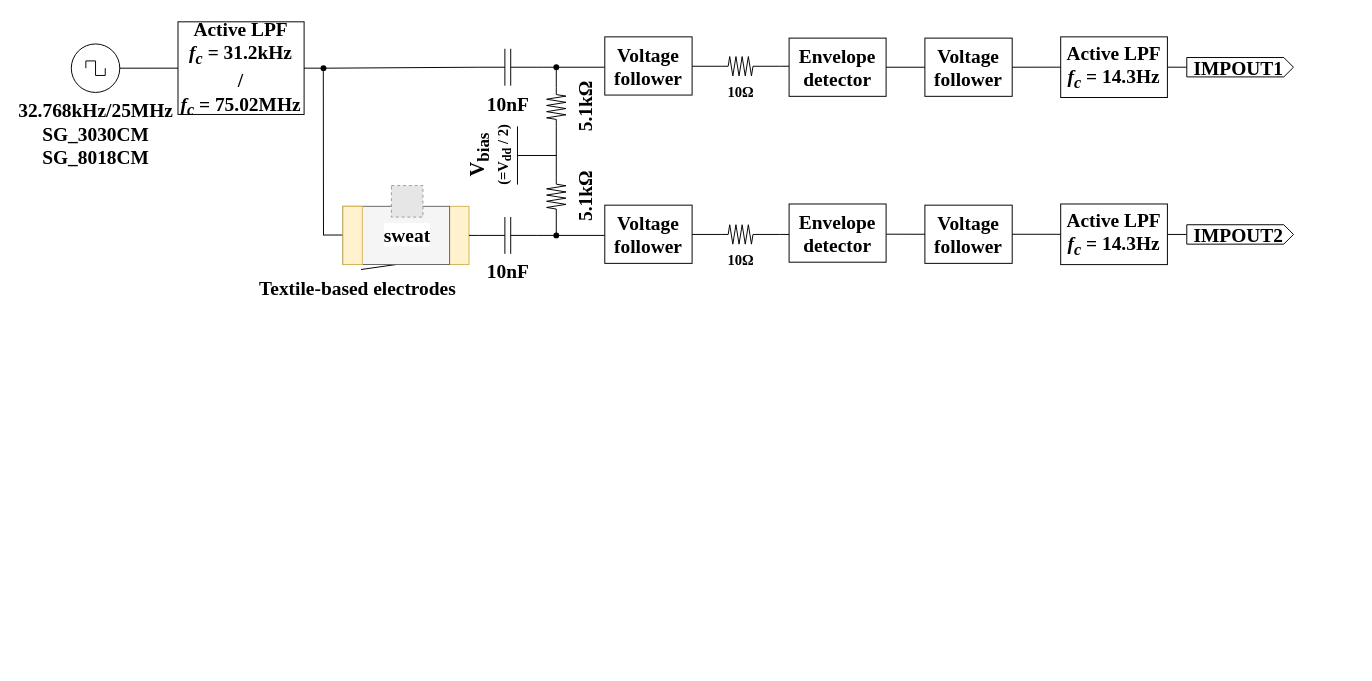
The draw.io diagram forIEEE Sensors_simplified_circuit.drawio in 10matcho27/drawio_figure, before the edit. Source tidied: cells renumbered, new cells numbered last; positions are measured from the earlier drawing's top-left corner, leaving out a move shared by most shapes. Both pictures are drawn from the tidied source at 97%, with x=0, y=0 at pixel (71, 21). Pictures stored in the file or linked from it are replaced by grey dashed boxes.
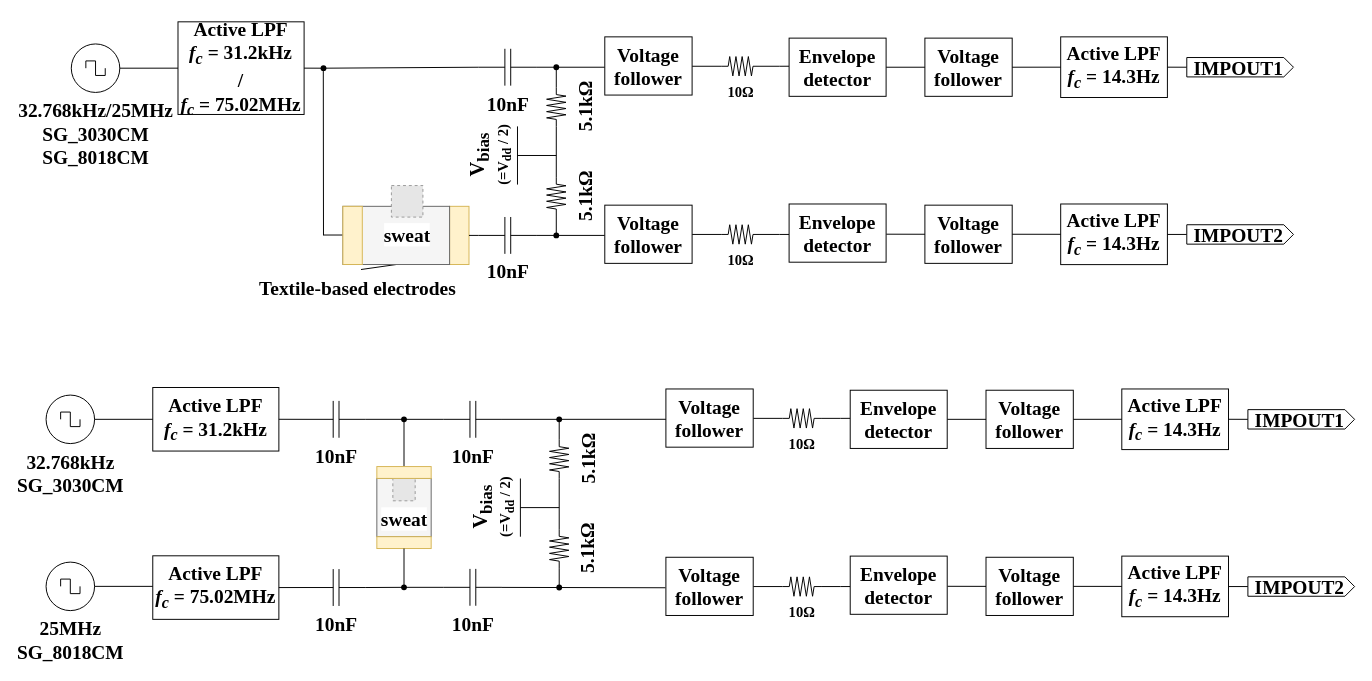
The same diagram, later.

Commit message:
forIEEE Sensors_simplified_circuit.drawio を更新します

Change to the diagram source:
```diff
@@
+    <mxCell id="57" value="&lt;div style=&quot;font-size: 20px;&quot;&gt;&lt;font style=&quot;font-size: 20px;&quot; face=&quot;Times New Roman&quot;&gt;&lt;b&gt;32.768kHz&lt;br&gt;&lt;/b&gt;&lt;/font&gt;&lt;/div&gt;&lt;div style=&quot;font-size: 20px;&quot;&gt;&lt;font style=&quot;font-size: 20px;&quot; face=&quot;Times New Roman&quot;&gt;&lt;b&gt;SG_3030CM&lt;/b&gt;&lt;/font&gt;&lt;/div&gt;" style="verticalLabelPosition=bottom;shadow=0;dashed=0;align=center;html=1;verticalAlign=top;shape=mxgraph.electrical.signal_sources.source;points=[[0.5,0,0],[1,0.5,0],[0.5,1,0],[0,0.5,0]];elSignalType=square;" parent="1" vertex="1">
+      <mxGeometry x="-26" y="384.8" width="50" height="50" as="geometry" />
+    </mxCell>
+    <mxCell id="58" value="&lt;div style=&quot;font-size: 20px;&quot;&gt;&lt;font style=&quot;font-size: 20px;&quot; face=&quot;Times New Roman&quot;&gt;&lt;b style=&quot;&quot;&gt;Active LPF&lt;/b&gt;&lt;/font&gt;&lt;/div&gt;&lt;div style=&quot;font-size: 20px;&quot;&gt;&lt;font style=&quot;font-size: 20px;&quot; face=&quot;Times New Roman&quot;&gt;&lt;b&gt;&lt;i&gt;f&lt;sub&gt;c&lt;/sub&gt;&lt;/i&gt; = 31.2kHz&lt;/b&gt;&lt;/font&gt;&lt;/div&gt;" style="whiteSpace=wrap;html=1;" parent="1" vertex="1">
+      <mxGeometry x="84" y="377" width="130" height="65.5" as="geometry" />
+    </mxCell>
+    <mxCell id="59" style="endArrow=none;html=1;rounded=0;fontSize=15;exitX=1;exitY=0.5;exitDx=0;exitDy=0;exitPerimeter=0;" parent="1" edge="1" source="57" target="58">
+      <mxGeometry relative="1" as="geometry" />
+    </mxCell>
+    <mxCell id="60" style="endArrow=none;html=1;rounded=0;fontSize=15;exitDx=0;exitDy=0;exitPerimeter=0;startArrow=none;entryX=0;entryY=0.5;entryDx=0;entryDy=0;entryPerimeter=0;" parent="1" edge="1" source="62" target="65">
+      <mxGeometry relative="1" as="geometry" />
+    </mxCell>
+    <mxCell id="61" style="endArrow=none;html=1;rounded=0;fontSize=15;exitX=0.5;exitY=0;exitDx=0;exitDy=0;" parent="1" edge="1" source="111" target="62">
+      <mxGeometry relative="1" as="geometry" />
+    </mxCell>
+    <mxCell id="62" style="shape=waypoint;sketch=0;fillStyle=solid;size=6;points=[];fillColor=none;perimeter=centerPerimeter;snapToPoint=1;fontSize=15;" parent="1" vertex="1">
+      <mxGeometry x="323" y="389.8" width="40" height="40" as="geometry" />
+    </mxCell>
+    <mxCell id="63" style="endArrow=none;html=1;rounded=0;fontSize=15;startArrow=none;entryX=0;entryY=0.5;entryDx=0;entryDy=0;entryPerimeter=0;exitX=1;exitY=0.5;exitDx=0;exitDy=0;" parent="1" edge="1" source="58" target="113">
+      <mxGeometry relative="1" as="geometry" />
+    </mxCell>
+    <mxCell id="64" style="endArrow=none;html=1;rounded=0;fontSize=15;entryX=0;entryY=0.5;entryDx=0;entryDy=0;startArrow=none;entryPerimeter=0;exitX=0.533;exitY=0.467;exitDx=0;exitDy=0;exitPerimeter=0;" parent="1" edge="1" source="109" target="66">
+      <mxGeometry relative="1" as="geometry" />
+    </mxCell>
+    <mxCell id="65" value="&lt;font style=&quot;font-size: 20px;&quot; face=&quot;Times New Roman&quot;&gt;&lt;b&gt;10nF&lt;/b&gt;&lt;/font&gt;" style="verticalLabelPosition=bottom;shadow=0;dashed=0;align=center;html=1;verticalAlign=top;shape=mxgraph.electrical.capacitors.capacitor_1;fontSize=15;" parent="1" vertex="1">
+      <mxGeometry x="384" y="390.8" width="60" height="38" as="geometry" />
+    </mxCell>
+    <mxCell id="66" value="&lt;font style=&quot;font-size: 20px;&quot; face=&quot;Times New Roman&quot;&gt;&lt;b&gt;10nF&lt;/b&gt;&lt;/font&gt;" style="verticalLabelPosition=bottom;shadow=0;dashed=0;align=center;html=1;verticalAlign=top;shape=mxgraph.electrical.capacitors.capacitor_1;fontSize=15;" parent="1" vertex="1">
+      <mxGeometry x="384" y="564" width="60" height="38" as="geometry" />
+    </mxCell>
+    <mxCell id="67" style="endArrow=none;html=1;rounded=0;fontSize=15;exitDx=0;exitDy=0;exitPerimeter=0;startArrow=none;entryX=0.001;entryY=0.521;entryDx=0;entryDy=0;entryPerimeter=0;" parent="1" edge="1" source="73" target="98">
+      <mxGeometry relative="1" as="geometry" />
+    </mxCell>
+    <mxCell id="68" style="endArrow=none;html=1;rounded=0;fontSize=15;startArrow=none;entryX=-0.005;entryY=0.524;entryDx=0;entryDy=0;entryPerimeter=0;" parent="1" edge="1" source="75" target="97">
+      <mxGeometry relative="1" as="geometry" />
+    </mxCell>
+    <mxCell id="69" value="&lt;div style=&quot;font-size: 21px&quot;&gt;&lt;font face=&quot;Times New Roman&quot;&gt;&lt;b&gt;V&lt;sub&gt;bias&lt;/sub&gt;&lt;/b&gt;&lt;/font&gt;&lt;/div&gt;&lt;div style=&quot;font-size: 15px&quot;&gt;&lt;font face=&quot;Times New Roman&quot;&gt;&lt;b&gt;(=V&lt;sub&gt;dd&lt;/sub&gt; / 2)&lt;br&gt;&lt;/b&gt;&lt;/font&gt;&lt;/div&gt;" style="verticalLabelPosition=top;verticalAlign=bottom;shape=mxgraph.electrical.signal_sources.vdd;shadow=0;dashed=0;align=center;strokeWidth=1;fontSize=24;html=1;flipV=1;rotation=-90;" parent="1" vertex="1">
+      <mxGeometry x="453" y="480.8" width="60" height="40" as="geometry" />
+    </mxCell>
+    <mxCell id="70" value="&lt;div style=&quot;font-size: 20px;&quot;&gt;&lt;font style=&quot;font-size: 20px;&quot; face=&quot;Times New Roman&quot;&gt;&lt;b&gt;5.1kΩ&lt;/b&gt;&lt;/font&gt;&lt;/div&gt;" style="verticalLabelPosition=bottom;shadow=0;dashed=0;align=center;html=1;verticalAlign=top;shape=mxgraph.electrical.resistors.resistor_2;rotation=-90;labelPosition=center;direction=west;spacing=3;spacingTop=0;spacingLeft=0;" parent="1" vertex="1">
+      <mxGeometry x="483" y="440.8" width="40" height="20" as="geometry" />
+    </mxCell>
+    <mxCell id="71" value="&lt;div style=&quot;font-size: 20px;&quot;&gt;&lt;font style=&quot;font-size: 20px;&quot; face=&quot;Times New Roman&quot;&gt;&lt;b&gt;5.1kΩ&lt;/b&gt;&lt;/font&gt;&lt;/div&gt;" style="verticalLabelPosition=bottom;shadow=0;dashed=0;align=center;html=1;verticalAlign=top;shape=mxgraph.electrical.resistors.resistor_2;rotation=-90;labelPosition=center;direction=west;spacing=3;spacingTop=0;spacingLeft=0;" parent="1" vertex="1">
+      <mxGeometry x="483" y="533.2" width="40" height="20" as="geometry" />
+    </mxCell>
+    <mxCell id="72" style="endArrow=none;html=1;rounded=0;fontSize=15;exitDx=0;exitDy=0;exitPerimeter=0;startArrow=none;entryX=0.563;entryY=0.505;entryDx=0;entryDy=0;exitX=0;exitY=0.5;entryPerimeter=0;" parent="1" edge="1" source="70" target="73">
+      <mxGeometry relative="1" as="geometry" />
+    </mxCell>
+    <mxCell id="73" style="shape=waypoint;sketch=0;fillStyle=solid;size=6;points=[];fillColor=none;perimeter=centerPerimeter;snapToPoint=1;fontSize=21;" parent="1" vertex="1">
+      <mxGeometry x="483" y="389.8" width="40" height="40" as="geometry" />
+    </mxCell>
+    <mxCell id="74" style="endArrow=none;html=1;rounded=0;fontSize=15;exitDx=0;exitDy=0;exitPerimeter=0;startArrow=none;entryDx=0;entryDy=0;exitX=1;exitY=0.5;" parent="1" edge="1" source="65" target="73">
+      <mxGeometry relative="1" as="geometry" />
+    </mxCell>
+    <mxCell id="75" style="shape=waypoint;sketch=0;fillStyle=solid;size=6;points=[];fillColor=none;perimeter=centerPerimeter;snapToPoint=1;fontSize=21;" parent="1" vertex="1">
+      <mxGeometry x="483" y="563.2" width="40" height="40" as="geometry" />
+    </mxCell>
+    <mxCell id="76" style="endArrow=none;html=1;rounded=0;fontSize=15;startArrow=none;entryDx=0;entryDy=0;" parent="1" edge="1" source="66" target="75">
+      <mxGeometry relative="1" as="geometry" />
+    </mxCell>
+    <mxCell id="77" style="endArrow=none;html=1;rounded=0;fontSize=15;exitDx=0;exitDy=0;exitPerimeter=0;startArrow=none;entryX=1;entryY=0.5;entryDx=0;entryDy=0;exitX=0;exitY=0.5;entryPerimeter=0;" parent="1" edge="1" source="71" target="70">
+      <mxGeometry relative="1" as="geometry" />
+    </mxCell>
+    <mxCell id="78" style="endArrow=none;html=1;rounded=0;fontSize=15;startArrow=none;entryX=1;entryY=0.5;entryDx=0;entryDy=0;entryPerimeter=0;" parent="1" edge="1" source="75" target="71">
+      <mxGeometry relative="1" as="geometry" />
+    </mxCell>
+    <mxCell id="79" value="&lt;div style=&quot;font-size: 15px;&quot;&gt;&lt;font style=&quot;font-size: 15px;&quot; face=&quot;Times New Roman&quot;&gt;&lt;b&gt;10Ω&lt;/b&gt;&lt;/font&gt;&lt;/div&gt;" style="verticalLabelPosition=bottom;shadow=0;dashed=0;align=center;html=1;verticalAlign=top;shape=mxgraph.electrical.resistors.resistor_2;rotation=0;labelPosition=center;direction=west;spacing=3;spacingTop=0;spacingLeft=0;" parent="1" vertex="1">
+      <mxGeometry x="733" y="398.8" width="40" height="20" as="geometry" />
+    </mxCell>
+    <mxCell id="80" style="endArrow=none;html=1;rounded=0;fontSize=15;exitDx=0;exitDy=0;startArrow=none;exitX=1;exitY=0.5;entryX=1;entryY=0.5;entryDx=0;entryDy=0;entryPerimeter=0;" parent="1" edge="1" target="79">
+      <mxGeometry relative="1" as="geometry">
+        <mxPoint x="703" y="408.8" as="sourcePoint" />
+      </mxGeometry>
+    </mxCell>
+    <mxCell id="81" style="endArrow=none;html=1;rounded=0;fontSize=15;exitDx=0;exitDy=0;startArrow=none;exitX=0;exitY=0.5;entryX=0;entryY=0.5;entryDx=0;entryDy=0;entryPerimeter=0;exitPerimeter=0;" parent="1" edge="1" source="79">
+      <mxGeometry relative="1" as="geometry">
+        <mxPoint x="793" y="408.8" as="targetPoint" />
+      </mxGeometry>
+    </mxCell>
+    <mxCell id="82" style="endArrow=none;html=1;rounded=0;fontSize=15;exitDx=0;exitDy=0;startArrow=none;exitX=1;exitY=0.5;entryX=0.001;entryY=0.483;entryDx=0;entryDy=0;exitPerimeter=0;entryPerimeter=0;" parent="1" edge="1" target="102">
+      <mxGeometry relative="1" as="geometry">
+        <mxPoint x="793" y="408.8" as="sourcePoint" />
+      </mxGeometry>
+    </mxCell>
+    <mxCell id="83" value="&lt;div style=&quot;font-size: 15px;&quot;&gt;&lt;font style=&quot;font-size: 15px;&quot; face=&quot;Times New Roman&quot;&gt;&lt;b&gt;10Ω&lt;/b&gt;&lt;/font&gt;&lt;/div&gt;" style="verticalLabelPosition=bottom;shadow=0;dashed=0;align=center;html=1;verticalAlign=top;shape=mxgraph.electrical.resistors.resistor_2;rotation=0;labelPosition=center;direction=west;spacing=3;spacingTop=0;spacingLeft=0;" parent="1" vertex="1">
+      <mxGeometry x="733" y="572.2" width="40" height="20" as="geometry" />
+    </mxCell>
+    <mxCell id="84" style="endArrow=none;html=1;rounded=0;fontSize=15;exitDx=0;exitDy=0;startArrow=none;exitX=1;exitY=0.5;entryX=1;entryY=0.5;entryDx=0;entryDy=0;entryPerimeter=0;" parent="1" edge="1" target="83">
+      <mxGeometry relative="1" as="geometry">
+        <mxPoint x="703" y="582.2" as="sourcePoint" />
+      </mxGeometry>
+    </mxCell>
+    <mxCell id="85" style="endArrow=none;html=1;rounded=0;fontSize=15;exitDx=0;exitDy=0;startArrow=none;exitX=0;exitY=0.5;entryX=0;entryY=0.5;entryDx=0;entryDy=0;entryPerimeter=0;exitPerimeter=0;" parent="1" edge="1" source="83">
+      <mxGeometry relative="1" as="geometry">
+        <mxPoint x="793" y="582.2" as="targetPoint" />
+      </mxGeometry>
+    </mxCell>
+    <mxCell id="86" value="&lt;div style=&quot;font-size: 20px;&quot;&gt;&lt;font style=&quot;font-size: 20px;&quot; face=&quot;Times New Roman&quot;&gt;&lt;b&gt;Voltage &lt;br&gt;&lt;/b&gt;&lt;/font&gt;&lt;/div&gt;&lt;div style=&quot;font-size: 20px;&quot;&gt;&lt;font style=&quot;font-size: 20px;&quot; face=&quot;Times New Roman&quot;&gt;&lt;b&gt;follower&lt;/b&gt;&lt;/font&gt;&lt;/div&gt;" style="whiteSpace=wrap;html=1;fontSize=15;" parent="1" vertex="1">
+      <mxGeometry x="943" y="379.8" width="90" height="60" as="geometry" />
+    </mxCell>
+    <mxCell id="87" value="&lt;div style=&quot;font-size: 20px;&quot;&gt;&lt;font style=&quot;font-size: 20px;&quot; face=&quot;Times New Roman&quot;&gt;&lt;b&gt;Voltage &lt;br&gt;&lt;/b&gt;&lt;/font&gt;&lt;/div&gt;&lt;div style=&quot;font-size: 20px;&quot;&gt;&lt;font style=&quot;font-size: 20px;&quot; face=&quot;Times New Roman&quot;&gt;&lt;b&gt;follower&lt;/b&gt;&lt;/font&gt;&lt;/div&gt;" style="whiteSpace=wrap;html=1;fontSize=15;" parent="1" vertex="1">
+      <mxGeometry x="943" y="552" width="90" height="60" as="geometry" />
+    </mxCell>
+    <mxCell id="88" value="&lt;div style=&quot;font-size: 20px;&quot;&gt;&lt;font style=&quot;font-size: 20px;&quot; face=&quot;Times New Roman&quot;&gt;&lt;b style=&quot;&quot;&gt;Active LPF&lt;/b&gt;&lt;/font&gt;&lt;/div&gt;&lt;div style=&quot;font-size: 20px;&quot;&gt;&lt;font style=&quot;font-size: 20px;&quot; face=&quot;Times New Roman&quot;&gt;&lt;b&gt;&lt;i&gt;f&lt;sub&gt;c&lt;/sub&gt;&lt;/i&gt; = 14.3Hz&lt;br&gt;&lt;/b&gt;&lt;/font&gt;&lt;/div&gt;" style="whiteSpace=wrap;html=1;" parent="1" vertex="1">
+      <mxGeometry x="1083" y="378.5" width="110" height="62.5" as="geometry" />
+    </mxCell>
+    <mxCell id="89" value="&lt;div style=&quot;font-size: 20px;&quot;&gt;&lt;font style=&quot;font-size: 20px;&quot; face=&quot;Times New Roman&quot;&gt;&lt;b style=&quot;&quot;&gt;Active LPF&lt;/b&gt;&lt;/font&gt;&lt;/div&gt;&lt;div style=&quot;font-size: 20px;&quot;&gt;&lt;font style=&quot;font-size: 20px;&quot; face=&quot;Times New Roman&quot;&gt;&lt;b&gt;&lt;i&gt;f&lt;sub&gt;c&lt;/sub&gt;&lt;/i&gt; = 14.3Hz&lt;br&gt;&lt;/b&gt;&lt;/font&gt;&lt;/div&gt;" style="whiteSpace=wrap;html=1;" parent="1" vertex="1">
+      <mxGeometry x="1083" y="550.8" width="110" height="62.5" as="geometry" />
+    </mxCell>
+    <mxCell id="90" value="&lt;font style=&quot;font-size: 20px;&quot; face=&quot;Times New Roman&quot;&gt;&lt;b&gt;IMPOUT1&lt;/b&gt;&lt;/font&gt;" style="shape=mxgraph.arrows2.arrow;verticalLabelPosition=middle;shadow=0;dashed=0;align=center;html=1;verticalAlign=middle;strokeWidth=1;dy=0;dx=10;notch=0;fontSize=7;labelPosition=center;spacingLeft=-5;" parent="1" vertex="1">
+      <mxGeometry x="1213" y="399.8" width="110" height="20" as="geometry" />
+    </mxCell>
+    <mxCell id="91" style="endArrow=none;html=1;rounded=0;fontSize=20;exitX=1;exitY=0.5;exitDx=0;exitDy=0;entryX=0;entryY=0.5;entryDx=0;entryDy=0;entryPerimeter=0;" parent="1" edge="1" source="88" target="90">
+      <mxGeometry relative="1" as="geometry" />
+    </mxCell>
+    <mxCell id="92" style="endArrow=none;html=1;rounded=0;fontSize=20;entryX=0;entryY=0.5;entryDx=0;entryDy=0;exitX=1;exitY=0.5;exitDx=0;exitDy=0;" parent="1" edge="1" source="86" target="88">
+      <mxGeometry relative="1" as="geometry" />
+    </mxCell>
+    <mxCell id="93" style="endArrow=none;html=1;rounded=0;fontSize=20;entryX=0;entryY=0.5;entryDx=0;entryDy=0;exitX=1;exitY=0.5;exitDx=0;exitDy=0;" parent="1" edge="1" source="102" target="86">
+      <mxGeometry relative="1" as="geometry" />
+    </mxCell>
+    <mxCell id="94" style="endArrow=none;html=1;rounded=0;fontSize=20;entryX=0;entryY=0.5;entryDx=0;entryDy=0;exitX=1.002;exitY=0.519;exitDx=0;exitDy=0;exitPerimeter=0;" parent="1" edge="1" source="103" target="87">
+      <mxGeometry relative="1" as="geometry" />
+    </mxCell>
+    <mxCell id="95" style="endArrow=none;html=1;rounded=0;fontSize=20;entryX=0;entryY=0.5;entryDx=0;entryDy=0;exitX=1;exitY=0.5;exitDx=0;exitDy=0;" parent="1" edge="1" source="87" target="89">
+      <mxGeometry relative="1" as="geometry" />
+    </mxCell>
+    <mxCell id="96" style="endArrow=none;html=1;rounded=0;fontSize=15;exitDx=0;exitDy=0;startArrow=none;exitX=1;exitY=0.5;entryX=0;entryY=0.5;entryDx=0;entryDy=0;exitPerimeter=0;" parent="1" edge="1">
+      <mxGeometry relative="1" as="geometry">
+        <mxPoint x="793" y="582.2" as="sourcePoint" />
+        <mxPoint x="803" y="582.2" as="targetPoint" />
+      </mxGeometry>
+    </mxCell>
+    <mxCell id="97" value="&lt;div style=&quot;font-size: 20px;&quot;&gt;&lt;font style=&quot;font-size: 20px;&quot; face=&quot;Times New Roman&quot;&gt;&lt;b&gt;Voltage &lt;br&gt;&lt;/b&gt;&lt;/font&gt;&lt;/div&gt;&lt;div style=&quot;font-size: 20px;&quot;&gt;&lt;font style=&quot;font-size: 20px;&quot; face=&quot;Times New Roman&quot;&gt;&lt;b&gt;follower&lt;/b&gt;&lt;/font&gt;&lt;/div&gt;" style="whiteSpace=wrap;html=1;fontSize=15;" parent="1" vertex="1">
+      <mxGeometry x="613" y="552" width="90" height="60" as="geometry" />
+    </mxCell>
+    <mxCell id="98" value="&lt;div style=&quot;font-size: 20px;&quot;&gt;&lt;font style=&quot;font-size: 20px;&quot; face=&quot;Times New Roman&quot;&gt;&lt;b&gt;Voltage &lt;br&gt;&lt;/b&gt;&lt;/font&gt;&lt;/div&gt;&lt;div style=&quot;font-size: 20px;&quot;&gt;&lt;font style=&quot;font-size: 20px;&quot; face=&quot;Times New Roman&quot;&gt;&lt;b&gt;follower&lt;/b&gt;&lt;/font&gt;&lt;/div&gt;" style="whiteSpace=wrap;html=1;fontSize=15;" parent="1" vertex="1">
+      <mxGeometry x="613" y="378.5" width="90" height="60" as="geometry" />
+    </mxCell>
+    <mxCell id="99" style="whiteSpace=wrap;html=1;fontSize=15;fillColor=#f5f5f5;strokeColor=#666666;fontColor=#333333;" parent="1" vertex="1">
+      <mxGeometry x="315" y="470.8" width="56" height="60" as="geometry" />
+    </mxCell>
+    <mxCell id="100" style="whiteSpace=wrap;html=1;fontSize=15;fillColor=#fff2cc;strokeColor=#d6b656;" parent="1" vertex="1">
+      <mxGeometry x="315" y="530.8" width="56" height="12.2" as="geometry" />
+    </mxCell>
+    <mxCell id="101" value="&lt;font style=&quot;font-size: 20px;&quot; face=&quot;Times New Roman&quot;&gt;&lt;b&gt;&lt;font style=&quot;font-size: 20px;&quot;&gt;sweat&lt;/font&gt;&lt;/b&gt;&lt;/font&gt;" style="fillColor=#E6E6E6;strokeColor=#999999;dashed=1;html=1;verticalAlign=top;verticalLabelPosition=bottom;labelBackgroundColor=#ffffff;" parent="1" vertex="1">
+      <mxGeometry x="331.5" y="470.8" width="23" height="23" as="geometry" />
+    </mxCell>
+    <mxCell id="102" value="&lt;h1 id=&quot;firstHeading&quot; class=&quot;firstHeading mw-first-heading&quot; style=&quot;font-size: 15px&quot;&gt;&lt;font style=&quot;font-size: 20px;&quot; face=&quot;Times New Roman&quot;&gt;Envelope detector&lt;/font&gt;&lt;/h1&gt;" style="whiteSpace=wrap;html=1;fontSize=15;" parent="1" vertex="1">
+      <mxGeometry x="803" y="379.8" width="100" height="60" as="geometry" />
+    </mxCell>
+    <mxCell id="103" value="&lt;h1 id=&quot;firstHeading&quot; class=&quot;firstHeading mw-first-heading&quot; style=&quot;font-size: 15px&quot;&gt;&lt;font style=&quot;font-size: 20px;&quot; face=&quot;Times New Roman&quot;&gt;Envelope detector&lt;/font&gt;&lt;/h1&gt;" style="whiteSpace=wrap;html=1;fontSize=15;" parent="1" vertex="1">
+      <mxGeometry x="803" y="550.8" width="100" height="60" as="geometry" />
+    </mxCell>
+    <mxCell id="104" value="&lt;font style=&quot;font-size: 20px;&quot; face=&quot;Times New Roman&quot;&gt;&lt;b&gt;IMPOUT2&lt;/b&gt;&lt;/font&gt;" style="shape=mxgraph.arrows2.arrow;verticalLabelPosition=middle;shadow=0;dashed=0;align=center;html=1;verticalAlign=middle;strokeWidth=1;dy=0;dx=10;notch=0;fontSize=7;labelPosition=center;spacingLeft=-5;" parent="1" vertex="1">
+      <mxGeometry x="1213" y="572.2" width="110" height="20" as="geometry" />
+    </mxCell>
+    <mxCell id="105" style="endArrow=none;html=1;rounded=0;fontSize=20;exitX=1;exitY=0.5;exitDx=0;exitDy=0;entryX=0;entryY=0.5;entryDx=0;entryDy=0;entryPerimeter=0;" parent="1" edge="1" target="104">
+      <mxGeometry relative="1" as="geometry">
+        <mxPoint x="1193" y="582.2" as="sourcePoint" />
+      </mxGeometry>
+    </mxCell>
+    <mxCell id="106" value="&lt;div style=&quot;font-size: 20px;&quot;&gt;&lt;font style=&quot;font-size: 20px;&quot; face=&quot;Times New Roman&quot;&gt;&lt;b&gt;25MHz&lt;br&gt;&lt;/b&gt;&lt;/font&gt;&lt;/div&gt;&lt;div style=&quot;font-size: 20px;&quot;&gt;&lt;font style=&quot;font-size: 20px;&quot; face=&quot;Times New Roman&quot;&gt;&lt;b&gt;SG_8018CM&lt;/b&gt;&lt;/font&gt;&lt;/div&gt;" style="verticalLabelPosition=bottom;shadow=0;dashed=0;align=center;html=1;verticalAlign=top;shape=mxgraph.electrical.signal_sources.source;elSignalType=square;" parent="1" vertex="1">
+      <mxGeometry x="-26" y="557" width="50" height="50" as="geometry" />
+    </mxCell>
+    <mxCell id="107" value="&lt;div style=&quot;font-size: 20px;&quot;&gt;&lt;font style=&quot;font-size: 20px;&quot; face=&quot;Times New Roman&quot;&gt;&lt;b style=&quot;&quot;&gt;Active LPF&lt;/b&gt;&lt;/font&gt;&lt;/div&gt;&lt;div style=&quot;font-size: 20px;&quot;&gt;&lt;font style=&quot;font-size: 20px;&quot; face=&quot;Times New Roman&quot;&gt;&lt;b&gt;&lt;i&gt;f&lt;sub&gt;c&lt;/sub&gt;&lt;/i&gt; = 75.02MHz&lt;/b&gt;&lt;/font&gt;&lt;/div&gt;" style="whiteSpace=wrap;html=1;" parent="1" vertex="1">
+      <mxGeometry x="84" y="550.5" width="130" height="65.5" as="geometry" />
+    </mxCell>
+    <mxCell id="108" style="endArrow=none;html=1;rounded=0;fontSize=15;exitX=1;exitY=0.5;exitDx=0;exitDy=0;exitPerimeter=0;" parent="1" edge="1">
+      <mxGeometry relative="1" as="geometry">
+        <mxPoint x="24" y="582" as="sourcePoint" />
+        <mxPoint x="84" y="582" as="targetPoint" />
+      </mxGeometry>
+    </mxCell>
+    <mxCell id="109" style="shape=waypoint;sketch=0;fillStyle=solid;size=6;points=[];fillColor=none;perimeter=centerPerimeter;snapToPoint=1;fontSize=15;" parent="1" vertex="1">
+      <mxGeometry x="323" y="563" width="40" height="40" as="geometry" />
+    </mxCell>
+    <mxCell id="110" style="endArrow=none;html=1;rounded=0;fontSize=15;startArrow=none;exitX=1;exitY=0.5;exitDx=0;exitDy=0;entryX=0;entryY=0.5;entryDx=0;entryDy=0;entryPerimeter=0;" parent="1" edge="1" source="107" target="115">
+      <mxGeometry relative="1" as="geometry" />
+    </mxCell>
+    <mxCell id="111" style="whiteSpace=wrap;html=1;fontSize=15;fillColor=#fff2cc;strokeColor=#d6b656;" parent="1" vertex="1">
+      <mxGeometry x="315" y="458.5" width="56" height="12.2" as="geometry" />
+    </mxCell>
+    <mxCell id="112" style="endArrow=none;html=1;rounded=0;fontSize=15;exitX=0.54;exitY=0.536;exitDx=0;exitDy=0;entryX=0.5;entryY=1;entryDx=0;entryDy=0;exitPerimeter=0;" parent="1" edge="1" source="109" target="100">
+      <mxGeometry relative="1" as="geometry" />
+    </mxCell>
+    <mxCell id="113" value="&lt;font style=&quot;font-size: 20px;&quot; face=&quot;Times New Roman&quot;&gt;&lt;b&gt;10nF&lt;/b&gt;&lt;/font&gt;" style="verticalLabelPosition=bottom;shadow=0;dashed=0;align=center;html=1;verticalAlign=top;shape=mxgraph.electrical.capacitors.capacitor_1;fontSize=15;" parent="1" vertex="1">
+      <mxGeometry x="243" y="390.8" width="60" height="38" as="geometry" />
+    </mxCell>
+    <mxCell id="114" style="endArrow=none;html=1;rounded=0;fontSize=15;startArrow=none;exitX=1;exitY=0.5;exitDx=0;exitDy=0;exitPerimeter=0;" parent="1" edge="1" source="113" target="62">
+      <mxGeometry relative="1" as="geometry" />
+    </mxCell>
+    <mxCell id="115" value="&lt;font style=&quot;font-size: 20px;&quot; face=&quot;Times New Roman&quot;&gt;&lt;b&gt;10nF&lt;/b&gt;&lt;/font&gt;" style="verticalLabelPosition=bottom;shadow=0;dashed=0;align=center;html=1;verticalAlign=top;shape=mxgraph.electrical.capacitors.capacitor_1;fontSize=15;" parent="1" vertex="1">
+      <mxGeometry x="243" y="564.2" width="60" height="38" as="geometry" />
+    </mxCell>
+    <mxCell id="116" style="endArrow=none;html=1;rounded=0;fontSize=15;startArrow=none;entryX=0.525;entryY=0.545;entryDx=0;entryDy=0;entryPerimeter=0;exitX=1;exitY=0.5;exitDx=0;exitDy=0;exitPerimeter=0;" parent="1" edge="1" source="115" target="109">
+      <mxGeometry relative="1" as="geometry" />
+    </mxCell>
```
